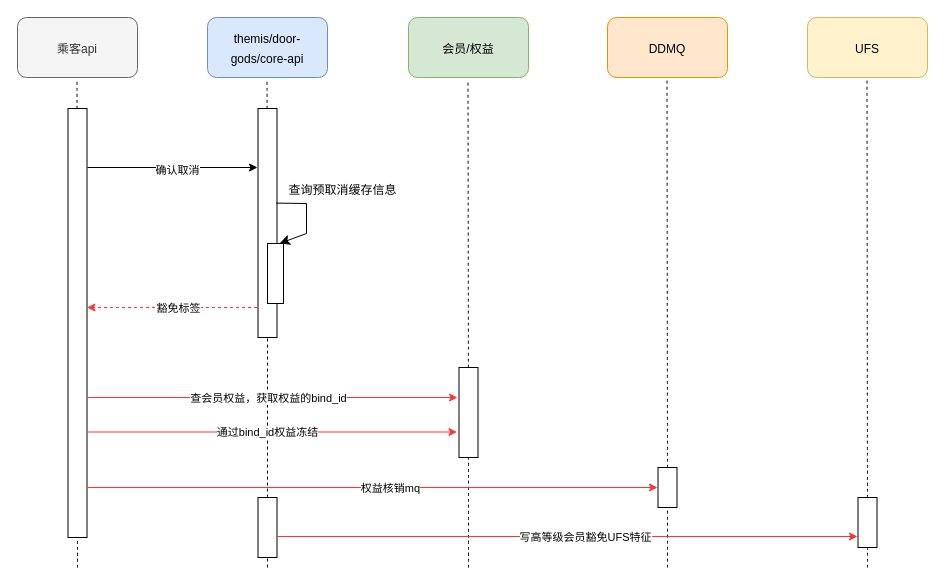
Earlier version of the draw.io diagram 取消费豁免确认取消.drawio (EYOKE/hello-world). Source tidied: cells renumbered, new cells numbered last; positions are measured from the earlier drawing's top-left corner, leaving out a move shared by most shapes. Both pictures are drawn from the tidied source at 100%, with x=0, y=0 at pixel (17, 17).
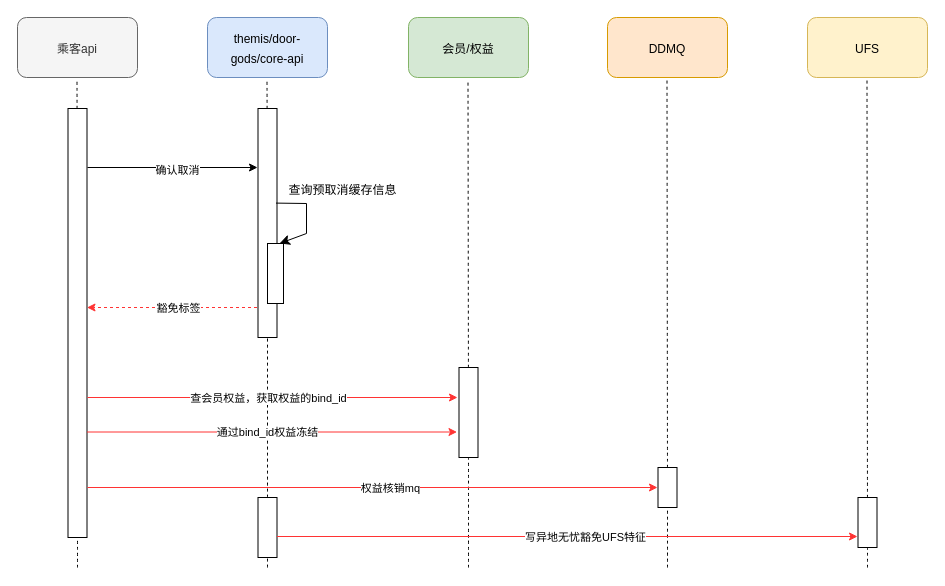
The same page after the edit.

Commit message:
更新取消费豁免确认取消.drawio

Unchanged cells that the change refers to:
```xml
<mxCell id="37" style="endArrow=classic;html=1;rounded=0;strokeColor=#FF3333;" parent="1" edge="1">
  <mxGeometry relative="1" as="geometry">
    <mxPoint x="259.5" y="519" as="sourcePoint" />
    <mxPoint x="840" y="519" as="targetPoint" />
  </mxGeometry>
</mxCell>
```

Diff of the diagram source:
```diff
@@
-    <mxCell id="38" value="写高等级会员豁免UFS特征" style="edgeLabel;html=1;align=center;verticalAlign=middle;" parent="37" vertex="1">
+    <mxCell id="38" value="写异地无忧豁免UFS特征" style="edgeLabel;html=1;align=center;verticalAlign=middle;" parent="37" vertex="1">
       <mxGeometry x="0.06" relative="1" as="geometry" />
     </mxCell>
```
